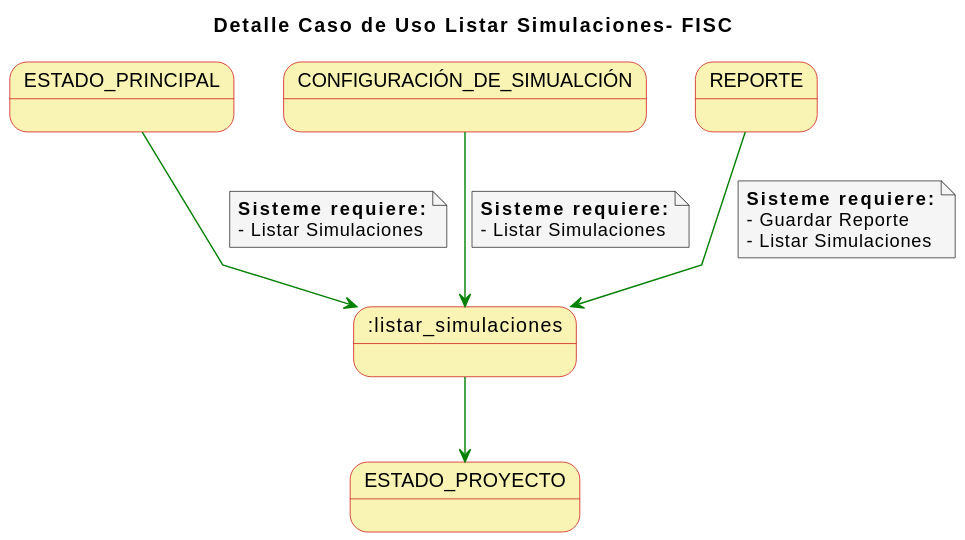
mmasias/23-24-IdSw1-SDR keeps this PlantUML diagram as imagenes/casosDeUso/detallesCasosUso/detalleCasoUsoListarSimulaciones.svg. Above is the earlier version.
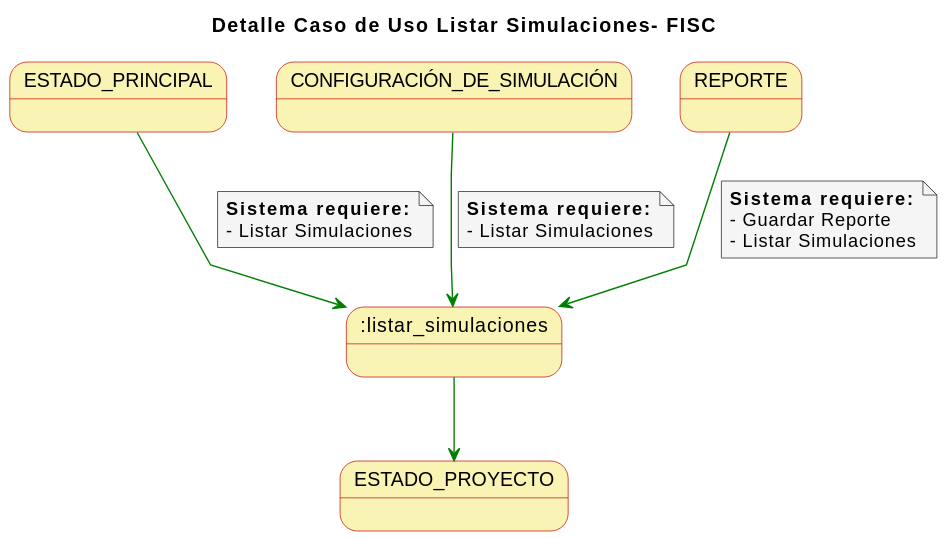
After the change.

Diff of the diagram source:
```diff
@@ -14,17 +14,17 @@
 
 ESTADO_PRINCIPAL-[#green]-> :listar_simulaciones
 note on link
-  **Sisteme requiere:**
+  **Sistema requiere:**
   - Listar Simulaciones
 end note
-CONFIGURACIÓN_DE_SIMUALCIÓN-[#green]-> :listar_simulaciones
+CONFIGURACIÓN_DE_SIMULACIÓN-[#green]-> :listar_simulaciones
 note on link
-  **Sisteme requiere:**
+  **Sistema requiere:**
   - Listar Simulaciones
 end note
 REPORTE-[#green]-> :listar_simulaciones
 note on link
-  **Sisteme requiere:**
+  **Sistema requiere:**
   - Guardar Reporte
   - Listar Simulaciones
 end note
```
